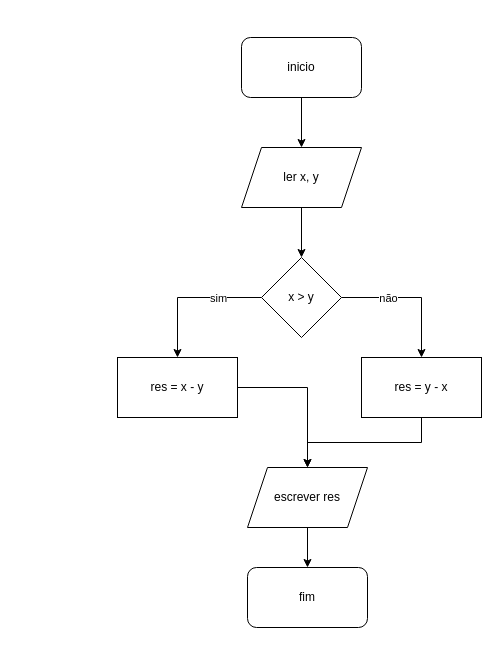
Above: Diagrama sem nome.drawio in Dinis14530/fluxogramas (draw.io), before the change. Source tidied: cells renumbered, new cells numbered last; positions are measured from the earlier drawing's top-left corner, leaving out a move shared by most shapes. Both pictures are drawn from the tidied source at 100%, with x=0, y=0 at pixel (117, 37).
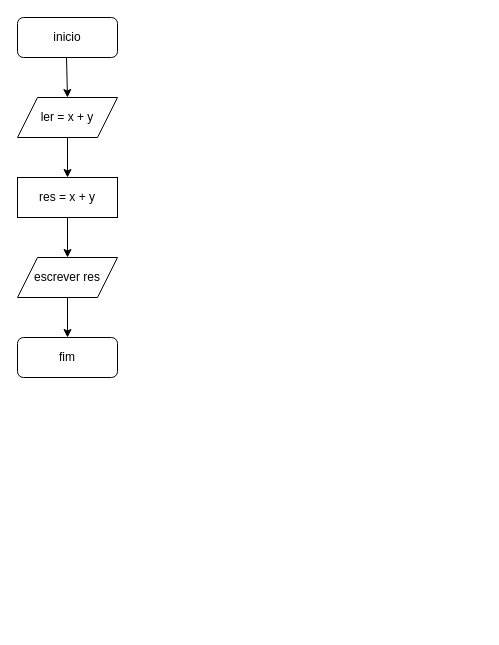
The same diagram, later.

What changed in the source:
```diff
@@
 <mxGraphModel>
   <root>
     <mxCell id="0" />
     <mxCell id="1" parent="0" />
-    <mxCell id="2" style="edgeStyle=orthogonalEdgeStyle;rounded=0;jettySize=auto;html=1;" parent="1" edge="1" source="3" target="5">
-      <mxGeometry relative="1" as="geometry" />
-    </mxCell>
     <mxCell id="3" value="inicio" style="rounded=1;whiteSpace=wrap;html=1;" parent="1" vertex="1">
-      <mxGeometry x="124" width="120" height="60" as="geometry" />
+      <mxGeometry x="-100" y="-20" width="100" height="40" as="geometry" />
     </mxCell>
-    <mxCell id="4" style="edgeStyle=orthogonalEdgeStyle;rounded=0;jettySize=auto;html=1;" parent="1" edge="1" source="5" target="10">
-      <mxGeometry relative="1" as="geometry" />
-    </mxCell>
-    <mxCell id="5" value="ler x, y" style="shape=parallelogram;perimeter=parallelogramPerimeter;whiteSpace=wrap;html=1;fixedSize=1;" parent="1" vertex="1">
-      <mxGeometry x="124" y="110" width="120" height="60" as="geometry" />
-    </mxCell>
-    <mxCell id="6" style="edgeStyle=orthogonalEdgeStyle;rounded=0;jettySize=auto;html=1;" parent="1" edge="1" source="10" target="12">
-      <mxGeometry relative="1" as="geometry" />
-    </mxCell>
-    <mxCell id="7" value="não" style="edgeLabel;html=1;align=center;verticalAlign=middle;" parent="6" vertex="1">
-      <mxGeometry x="-0.56" y="-1" relative="1" as="geometry">
-        <mxPoint x="15" y="-1" as="offset" />
-      </mxGeometry>
-    </mxCell>
-    <mxCell id="8" style="edgeStyle=orthogonalEdgeStyle;rounded=0;jettySize=auto;html=1;" parent="1" edge="1" source="10" target="14">
-      <mxGeometry relative="1" as="geometry" />
-    </mxCell>
-    <mxCell id="9" value="sim" style="edgeLabel;html=1;align=center;verticalAlign=middle;" parent="8" vertex="1">
-      <mxGeometry x="-0.58" y="-1" relative="1" as="geometry">
-        <mxPoint x="-14" y="1" as="offset" />
-      </mxGeometry>
-    </mxCell>
-    <mxCell id="10" value="x &amp;gt; y" style="rhombus;whiteSpace=wrap;html=1;" parent="1" vertex="1">
-      <mxGeometry x="144" y="220" width="80" height="80" as="geometry" />
-    </mxCell>
-    <mxCell id="11" style="edgeStyle=orthogonalEdgeStyle;rounded=0;jettySize=auto;html=1;entryX=0.5;entryY=0;entryDx=0;entryDy=0;" parent="1" edge="1" source="12" target="16">
-      <mxGeometry relative="1" as="geometry" />
-    </mxCell>
-    <mxCell id="12" value="res = y - x" style="whiteSpace=wrap;html=1;" parent="1" vertex="1">
-      <mxGeometry x="244" y="320" width="120" height="60" as="geometry" />
-    </mxCell>
-    <mxCell id="13" style="edgeStyle=orthogonalEdgeStyle;rounded=0;jettySize=auto;html=1;" parent="1" edge="1" source="14" target="16">
-      <mxGeometry relative="1" as="geometry" />
-    </mxCell>
-    <mxCell id="14" value="res = x - y" style="whiteSpace=wrap;html=1;" parent="1" vertex="1">
-      <mxGeometry y="320" width="120" height="60" as="geometry" />
-    </mxCell>
+    <mxCell id="18" style="endArrow=classic;html=1;rounded=0;" parent="1" edge="1" source="20">
+      <mxGeometry relative="1" as="geometry">
+        <mxPoint x="-51" y="70" as="targetPoint" />
+      </mxGeometry>
+    </mxCell>
+    <mxCell id="19" style="endArrow=classic;html=1;rounded=0;entryX=0.5;entryY=0;entryDx=0;entryDy=0;" parent="1" edge="1" target="20">
+      <mxGeometry relative="1" as="geometry">
+        <mxPoint x="-51" y="20" as="sourcePoint" />
+      </mxGeometry>
+    </mxCell>
+    <mxCell id="20" value="ler = x + y" style="shape=parallelogram;perimeter=parallelogramPerimeter;whiteSpace=wrap;html=1;fixedSize=1;" parent="1" vertex="1">
+      <mxGeometry x="-100" y="60" width="100" height="40" as="geometry" />
+    </mxCell>
+    <mxCell id="21" style="endArrow=classic;html=1;rounded=0;exitX=0.5;exitY=1;exitDx=0;exitDy=0;entryX=0.5;entryY=0;entryDx=0;entryDy=0;" parent="1" edge="1" source="20" target="22">
+      <mxGeometry relative="1" as="geometry" />
+    </mxCell>
+    <mxCell id="22" value="res = x + y" style="rounded=0;whiteSpace=wrap;html=1;" parent="1" vertex="1">
+      <mxGeometry x="-100" y="140" width="100" height="40" as="geometry" />
+    </mxCell>
+    <mxCell id="23" style="endArrow=classic;html=1;rounded=0;exitX=0.5;exitY=1;exitDx=0;exitDy=0;entryX=0.5;entryY=0;entryDx=0;entryDy=0;entryPerimeter=0;" parent="1" edge="1" source="22" target="16">
+      <mxGeometry relative="1" as="geometry" />
+    </mxCell>
-    <mxCell id="15" style="edgeStyle=orthogonalEdgeStyle;rounded=0;jettySize=auto;html=1;" parent="1" edge="1" source="16" target="17">
+    <mxCell id="15" style="edgeStyle=orthogonalEdgeStyle;rounded=0;jettySize=auto;html=1;entryX=0.5;entryY=0;entryDx=0;entryDy=0;" parent="1" edge="1" source="16" target="17">
       <mxGeometry relative="1" as="geometry" />
     </mxCell>
     <mxCell id="16" value="escrever res" style="shape=parallelogram;perimeter=parallelogramPerimeter;whiteSpace=wrap;html=1;fixedSize=1;" parent="1" vertex="1">
-      <mxGeometry x="130" y="430" width="120" height="60" as="geometry" />
+      <mxGeometry x="-100" y="220" width="100" height="40" as="geometry" />
     </mxCell>
     <mxCell id="17" value="fim" style="rounded=1;whiteSpace=wrap;html=1;" parent="1" vertex="1">
-      <mxGeometry x="130" y="530" width="120" height="60" as="geometry" />
+      <mxGeometry x="-100" y="300" width="100" height="40" as="geometry" />
     </mxCell>
   </root>
 </mxGraphModel>
```
